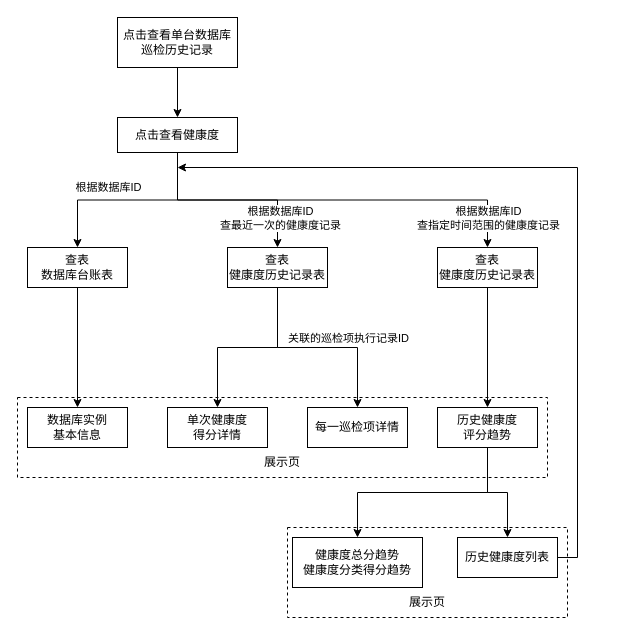
The draw.io diagram page "第 2 页" (2 of 2) of record_page_struct.drawio in Lee-7723/Git, before the edit. Source tidied: cells renumbered, new cells numbered last; positions are measured from the earlier drawing's top-left corner, leaving out a move shared by most shapes. Both pictures are drawn from the tidied source at 100%, with x=0, y=0 at pixel (17, 17).
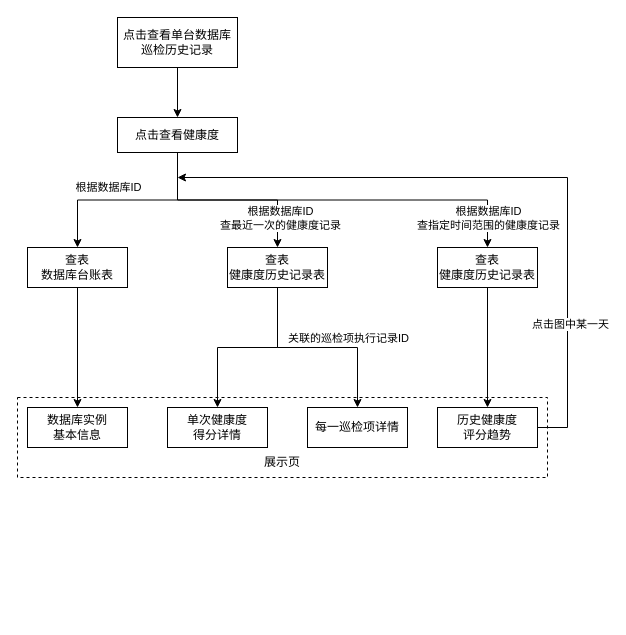
The same page after the edit.

Unchanged cells that the change refers to:
```xml
<mxCell id="25" value="&lt;div&gt;历史健康度&lt;/div&gt;&lt;div&gt;评分趋势&lt;/div&gt;" style="whiteSpace=wrap;html=1;rounded=0;" parent="1" vertex="1">
  <mxGeometry x="420" y="390" width="100" height="40" as="geometry" />
</mxCell>
```

Change to the diagram source:
```diff
@@
-    <mxCell id="2" style="rounded=0;whiteSpace=wrap;html=1;dashed=1;" parent="1" vertex="1">
-      <mxGeometry x="270" y="510" width="280" height="90" as="geometry" />
-    </mxCell>
@@
-    <mxCell id="23" style="edgeStyle=orthogonalEdgeStyle;rounded=0;jettySize=auto;html=1;exitX=0.5;exitY=1;exitDx=0;exitDy=0;" parent="1" edge="1" source="25" target="28">
-      <mxGeometry relative="1" as="geometry" />
-    </mxCell>
-    <mxCell id="24" style="edgeStyle=orthogonalEdgeStyle;rounded=0;jettySize=auto;html=1;exitX=0.5;exitY=1;exitDx=0;exitDy=0;entryX=0.5;entryY=0;entryDx=0;entryDy=0;" parent="1" edge="1" source="25" target="30">
-      <mxGeometry relative="1" as="geometry" />
-    </mxCell>
+    <mxCell id="32" style="edgeStyle=orthogonalEdgeStyle;rounded=0;jettySize=auto;html=1;exitX=1;exitY=0.5;exitDx=0;exitDy=0;" parent="1" edge="1" source="25">
+      <mxGeometry relative="1" as="geometry">
+        <mxPoint x="160" y="160" as="targetPoint" />
+        <Array as="points">
+          <mxPoint x="550" y="410" />
+          <mxPoint x="550" y="160" />
+        </Array>
+      </mxGeometry>
+    </mxCell>
+    <mxCell id="33" value="点击图中某一天" style="edgeLabel;html=1;align=center;verticalAlign=middle;" parent="32" vertex="1">
+      <mxGeometry x="-0.6" y="-2" relative="1" as="geometry" />
+    </mxCell>
@@
-    <mxCell id="28" value="&lt;div&gt;健康度总分趋势&lt;/div&gt;&lt;div&gt;健康度分类得分趋势&lt;br&gt;&lt;/div&gt;" style="rounded=0;whiteSpace=wrap;html=1;" parent="1" vertex="1">
-      <mxGeometry x="275" y="520" width="130" height="50" as="geometry" />
-    </mxCell>
-    <mxCell id="29" style="edgeStyle=orthogonalEdgeStyle;rounded=0;jettySize=auto;html=1;exitX=1;exitY=0.5;exitDx=0;exitDy=0;" parent="1" edge="1" source="30">
-      <mxGeometry relative="1" as="geometry">
-        <mxPoint x="160" y="150" as="targetPoint" />
-        <Array as="points">
-          <mxPoint x="560" y="540" />
-          <mxPoint x="560" y="150" />
-        </Array>
-      </mxGeometry>
-    </mxCell>
-    <mxCell id="30" value="&lt;div&gt;历史健康度列表&lt;/div&gt;" style="whiteSpace=wrap;html=1;rounded=0;" parent="1" vertex="1">
-      <mxGeometry x="440" y="520" width="100" height="40" as="geometry" />
-    </mxCell>
-    <mxCell id="31" value="展示页" style="text;html=1;align=center;verticalAlign=middle;whiteSpace=wrap;rounded=0;" parent="1" vertex="1">
-      <mxGeometry x="380" y="570" width="60" height="30" as="geometry" />
-    </mxCell>
```
